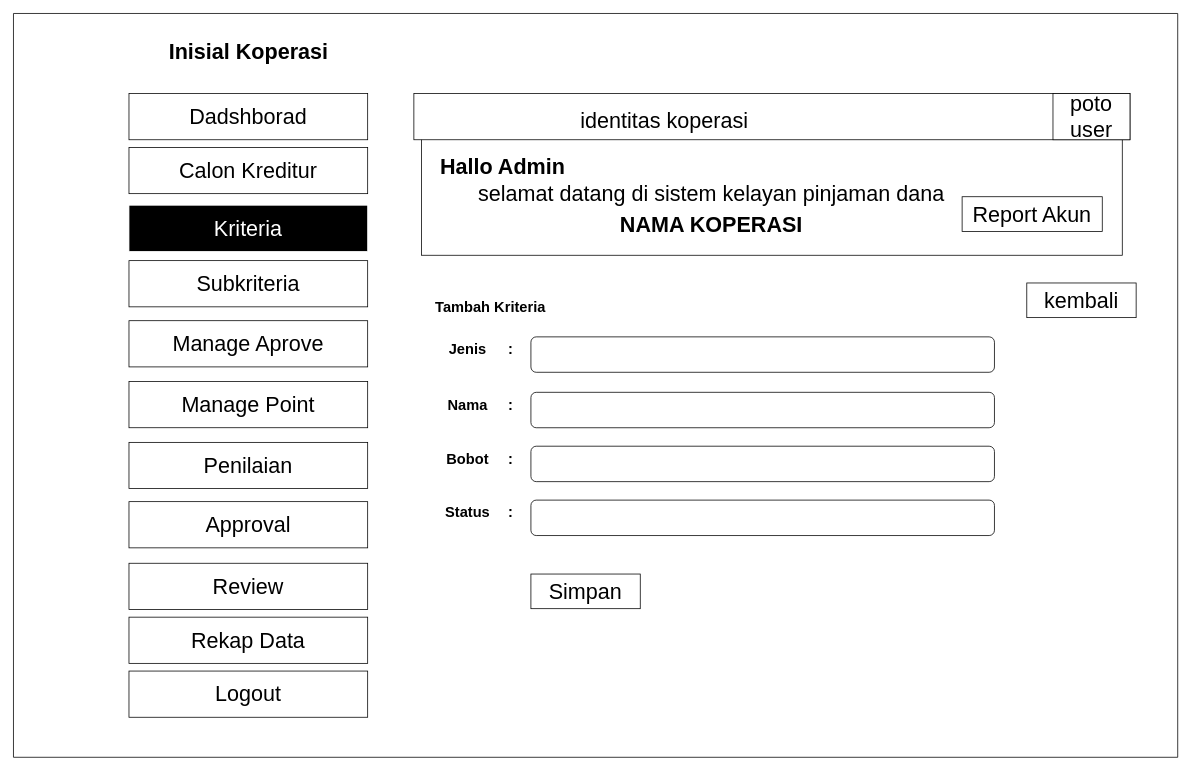
Above: page "KRITERIA FORM" (48 of 49) of public/Untitled Diagram.drawio in alinurd/simpanPinjam (draw.io), before the change. Source tidied: cells renumbered, new cells numbered last; positions are measured from the earlier drawing's top-left corner, leaving out a move shared by most shapes. Both pictures are drawn from the tidied source at 77%, with x=0, y=0 at pixel (13, 13).
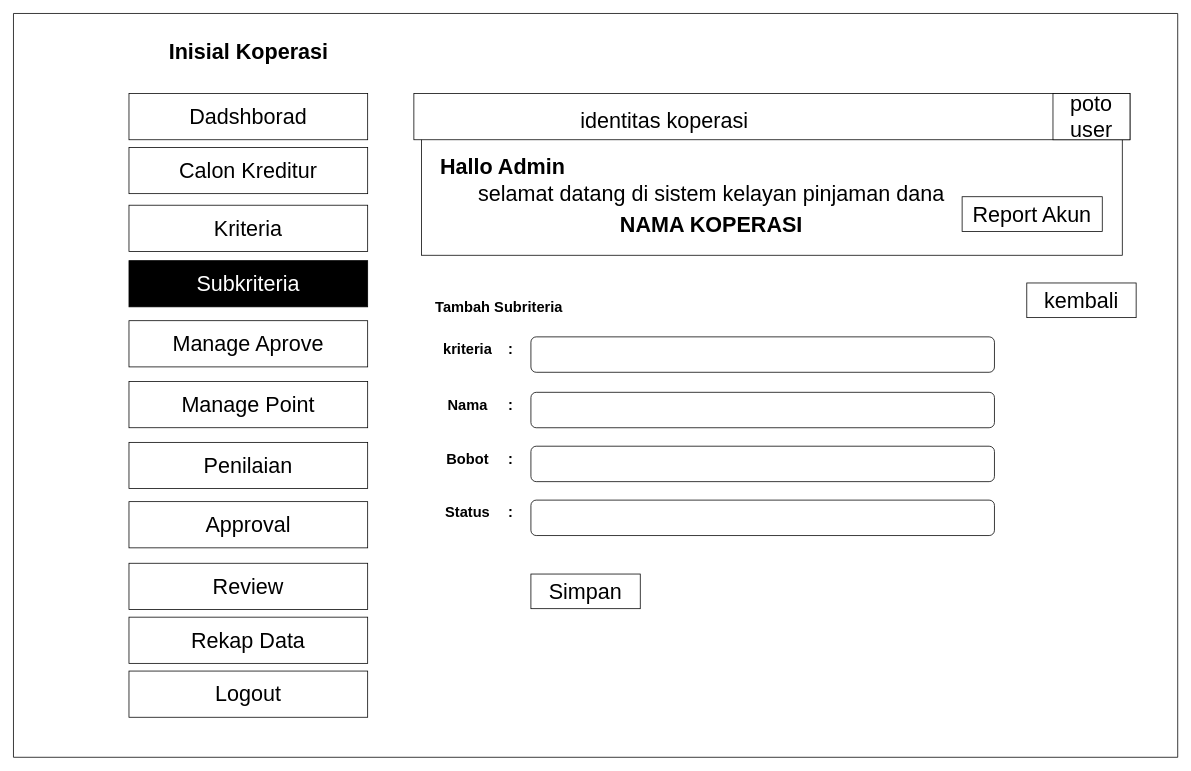
The same diagram, later.

Unchanged cells that the change refers to:
```xml
<mxCell id="19" style="group;" parent="1" vertex="1">
  <mxGeometry x="532" y="294" width="980" height="672" as="geometry" />
</mxCell>
<mxCell id="21" style="swimlane;startSize=0;strokeColor=default;align=center;verticalAlign=middle;fontFamily=Helvetica;fontSize=12;fontColor=default;fontStyle=1;fillColor=default;" parent="20" vertex="1">
  <mxGeometry x="-532" y="-420" width="1512" height="966" as="geometry" />
</mxCell>
```

Diff of the diagram source:
```diff
@@
-    <mxCell id="10" value="Subkriteria" style="rounded=0;whiteSpace=wrap;html=1;fontStyle=0;fontSize=28;" parent="1" vertex="1">
-      <mxGeometry x="150" y="321" width="310" height="60" as="geometry" />
-    </mxCell>
@@
-    <mxCell id="23" value="Jenis" style="text;html=1;align=center;verticalAlign=middle;whiteSpace=wrap;rounded=0;fontFamily=Helvetica;fontSize=19;fontColor=default;fontStyle=1;" parent="21" vertex="1">
+    <mxCell id="23" value="kriteria" style="text;html=1;align=center;verticalAlign=middle;whiteSpace=wrap;rounded=0;fontFamily=Helvetica;fontSize=19;fontColor=default;fontStyle=1;" parent="21" vertex="1">
       <mxGeometry x="560" y="422" width="60" height="30" as="geometry" />
     </mxCell>
@@
-    <mxCell id="36" value="Tambah Kriteria&lt;div&gt;&lt;br&gt;&lt;/div&gt;" style="text;whiteSpace=wrap;html=1;fontFamily=Helvetica;fontSize=19;fontColor=default;fontStyle=1;" parent="19" vertex="1">
+    <mxCell id="36" value="Tambah Subriteria&lt;div&gt;&lt;br&gt;&lt;/div&gt;" style="text;whiteSpace=wrap;html=1;fontFamily=Helvetica;fontSize=19;fontColor=default;fontStyle=1;" parent="19" vertex="1">
       <mxGeometry x="14" y="70" width="294" height="42" as="geometry" />
     </mxCell>
@@
-    <mxCell id="39" value="Kriteria" style="rounded=0;whiteSpace=wrap;html=1;fontStyle=0;fontSize=28;fontColor=#FFFFFF;strokeColor=#FFFFFF;fillColor=#000000;" parent="1" vertex="1">
+    <mxCell id="39" value="Kriteria" style="rounded=0;whiteSpace=wrap;html=1;fontStyle=0;fontSize=28;fontColor=#000000;strokeColor=#000000;fillColor=#FFFFFF;" parent="1" vertex="1">
       <mxGeometry x="150" y="249" width="310" height="60" as="geometry" />
     </mxCell>
+    <mxCell id="10" value="Subkriteria" style="rounded=0;whiteSpace=wrap;html=1;fontStyle=0;fontSize=28;fontColor=#FFFFFF;fillColor=#000000;" parent="1" vertex="1">
+      <mxGeometry x="150" y="321" width="310" height="60" as="geometry" />
+    </mxCell>
```
